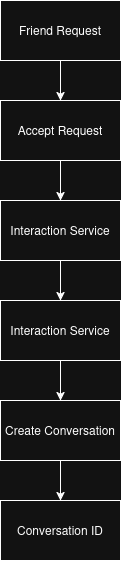
Above: docs/images/chat-conversation-flow.png in deepakSingh023/social-backend (draw.io), before the change. Source tidied: cells renumbered, new cells last; positions are measured from the earlier drawing's top-left corner, leaving out a move shared by most shapes. Its diagram source:
```xml
<mxGraphModel>
  <root>
    <mxCell id="0" />
    <mxCell id="1" parent="0" />
    <mxCell id="2" value="Friend Request" style="rounded=0;whiteSpace=wrap;html=1;" parent="1" vertex="1">
      <mxGeometry width="120" height="60" as="geometry" />
    </mxCell>
    <mxCell id="3" value="Accept Request" style="rounded=0;whiteSpace=wrap;html=1;" parent="1" vertex="1">
      <mxGeometry y="100" width="120" height="60" as="geometry" />
    </mxCell>
    <mxCell id="4" value="&lt;span&gt;Interaction Service&lt;/span&gt;" style="rounded=0;whiteSpace=wrap;html=1;" parent="1" vertex="1">
      <mxGeometry y="200" width="120" height="60" as="geometry" />
    </mxCell>
    <mxCell id="5" value="&lt;span&gt;Interaction Service&lt;/span&gt;" style="rounded=0;whiteSpace=wrap;html=1;" parent="1" vertex="1">
      <mxGeometry y="300" width="120" height="60" as="geometry" />
    </mxCell>
    <mxCell id="6" value="Create Conversation" style="rounded=0;whiteSpace=wrap;html=1;" parent="1" vertex="1">
      <mxGeometry y="400" width="120" height="60" as="geometry" />
    </mxCell>
    <mxCell id="7" value="Conversation ID" style="rounded=0;whiteSpace=wrap;html=1;" parent="1" vertex="1">
      <mxGeometry y="500" width="120" height="60" as="geometry" />
    </mxCell>
    <mxCell id="8" style="endArrow=classic;html=1;rounded=0;entryX=0.5;entryY=0;entryDx=0;entryDy=0;exitX=0.5;exitY=1;exitDx=0;exitDy=0;" parent="1" edge="1" source="3" target="4">
      <mxGeometry relative="1" as="geometry" />
    </mxCell>
    <mxCell id="9" style="endArrow=classic;html=1;rounded=0;exitX=0.5;exitY=1;exitDx=0;exitDy=0;entryX=0.5;entryY=0;entryDx=0;entryDy=0;" parent="1" edge="1" source="4" target="5">
      <mxGeometry relative="1" as="geometry" />
    </mxCell>
    <mxCell id="10" style="endArrow=classic;html=1;rounded=0;exitX=0.5;exitY=1;exitDx=0;exitDy=0;entryX=0.5;entryY=0;entryDx=0;entryDy=0;" parent="1" edge="1" source="5" target="6">
      <mxGeometry relative="1" as="geometry" />
    </mxCell>
    <mxCell id="11" style="endArrow=classic;html=1;rounded=0;exitX=0.5;exitY=1;exitDx=0;exitDy=0;entryX=0.5;entryY=0;entryDx=0;entryDy=0;" parent="1" edge="1" source="6" target="7">
      <mxGeometry relative="1" as="geometry" />
    </mxCell>
    <mxCell id="12" style="endArrow=classic;html=1;rounded=0;exitX=0.5;exitY=1;exitDx=0;exitDy=0;entryX=0.5;entryY=0;entryDx=0;entryDy=0;" parent="1" edge="1" source="2" target="3">
      <mxGeometry relative="1" as="geometry" />
    </mxCell>
  </root>
</mxGraphModel>
```
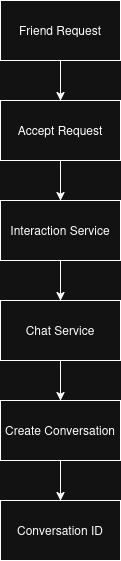
The same file after the commit.

Change to the diagram source:
```diff
@@ -8,32 +8,32 @@
     <mxCell id="3" value="Accept Request" style="rounded=0;whiteSpace=wrap;html=1;" parent="1" vertex="1">
       <mxGeometry y="100" width="120" height="60" as="geometry" />
     </mxCell>
-    <mxCell id="4" value="&lt;span&gt;Interaction Service&lt;/span&gt;" style="rounded=0;whiteSpace=wrap;html=1;" parent="1" vertex="1">
-      <mxGeometry y="200" width="120" height="60" as="geometry" />
-    </mxCell>
-    <mxCell id="5" value="&lt;span&gt;Interaction Service&lt;/span&gt;" style="rounded=0;whiteSpace=wrap;html=1;" parent="1" vertex="1">
-      <mxGeometry y="300" width="120" height="60" as="geometry" />
-    </mxCell>
+    <mxCell id="13" value="Interaction Service" style="rounded=0;whiteSpace=wrap;html=1;" parent="1" vertex="1">
+      <mxGeometry y="200" width="120" height="60" as="geometry" />
+    </mxCell>
+    <mxCell id="14" value="Chat Service" style="rounded=0;whiteSpace=wrap;html=1;" parent="1" vertex="1">
+      <mxGeometry y="300" width="120" height="60" as="geometry" />
+    </mxCell>
     <mxCell id="6" value="Create Conversation" style="rounded=0;whiteSpace=wrap;html=1;" parent="1" vertex="1">
       <mxGeometry y="400" width="120" height="60" as="geometry" />
     </mxCell>
     <mxCell id="7" value="Conversation ID" style="rounded=0;whiteSpace=wrap;html=1;" parent="1" vertex="1">
       <mxGeometry y="500" width="120" height="60" as="geometry" />
     </mxCell>
-    <mxCell id="8" style="endArrow=classic;html=1;rounded=0;entryX=0.5;entryY=0;entryDx=0;entryDy=0;exitX=0.5;exitY=1;exitDx=0;exitDy=0;" parent="1" edge="1" source="3" target="4">
-      <mxGeometry relative="1" as="geometry" />
-    </mxCell>
-    <mxCell id="9" style="endArrow=classic;html=1;rounded=0;exitX=0.5;exitY=1;exitDx=0;exitDy=0;entryX=0.5;entryY=0;entryDx=0;entryDy=0;" parent="1" edge="1" source="4" target="5">
-      <mxGeometry relative="1" as="geometry" />
-    </mxCell>
-    <mxCell id="10" style="endArrow=classic;html=1;rounded=0;exitX=0.5;exitY=1;exitDx=0;exitDy=0;entryX=0.5;entryY=0;entryDx=0;entryDy=0;" parent="1" edge="1" source="5" target="6">
-      <mxGeometry relative="1" as="geometry" />
-    </mxCell>
+    <mxCell id="12" style="endArrow=classic;html=1;rounded=0;exitX=0.5;exitY=1;exitDx=0;exitDy=0;entryX=0.5;entryY=0;entryDx=0;entryDy=0;" parent="1" edge="1" source="2" target="3">
+      <mxGeometry relative="1" as="geometry" />
+    </mxCell>
+    <mxCell id="15" style="endArrow=classic;html=1;rounded=0;exitX=0.5;exitY=1;exitDx=0;exitDy=0;entryX=0.5;entryY=0;entryDx=0;entryDy=0;" parent="1" edge="1" source="3" target="13">
+      <mxGeometry relative="1" as="geometry" />
+    </mxCell>
+    <mxCell id="16" style="endArrow=classic;html=1;rounded=0;exitX=0.5;exitY=1;exitDx=0;exitDy=0;entryX=0.5;entryY=0;entryDx=0;entryDy=0;" parent="1" edge="1" source="13" target="14">
+      <mxGeometry relative="1" as="geometry" />
+    </mxCell>
+    <mxCell id="17" style="endArrow=classic;html=1;rounded=0;exitX=0.5;exitY=1;exitDx=0;exitDy=0;entryX=0.5;entryY=0;entryDx=0;entryDy=0;" parent="1" edge="1" source="14" target="6">
+      <mxGeometry relative="1" as="geometry" />
+    </mxCell>
     <mxCell id="11" style="endArrow=classic;html=1;rounded=0;exitX=0.5;exitY=1;exitDx=0;exitDy=0;entryX=0.5;entryY=0;entryDx=0;entryDy=0;" parent="1" edge="1" source="6" target="7">
       <mxGeometry relative="1" as="geometry" />
     </mxCell>
-    <mxCell id="12" style="endArrow=classic;html=1;rounded=0;exitX=0.5;exitY=1;exitDx=0;exitDy=0;entryX=0.5;entryY=0;entryDx=0;entryDy=0;" parent="1" edge="1" source="2" target="3">
-      <mxGeometry relative="1" as="geometry" />
-    </mxCell>
   </root>
 </mxGraphModel>
```
